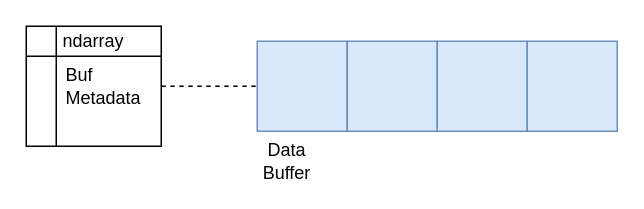
The draw.io diagram projects/numpy/NumPy-Array-Basic.drawio in enqueuezero/site, before the edit. Source tidied: cells renumbered, new cells numbered last; positions are measured from the earlier drawing's top-left corner, leaving out a move shared by most shapes. Both pictures are drawn from the tidied source at 150%, with x=0, y=0 at pixel (26, 26).
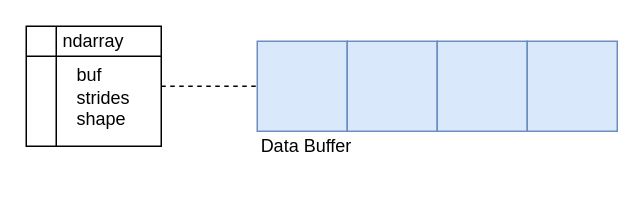
After the change.

Commit message (it also covers changes not shown here):
update numpy array assets to svg.

The edit, as a diff of the source:
```diff
@@
 <mxGraphModel>
   <root>
     <mxCell id="0" />
     <mxCell id="1" parent="0" />
     <mxCell id="2" style="rounded=0;whiteSpace=wrap;html=1;fillColor=#dae8fc;strokeColor=#6c8ebf;" parent="1" vertex="1">
       <mxGeometry x="154" y="10" width="60" height="60" as="geometry" />
     </mxCell>
     <mxCell id="3" style="rounded=0;whiteSpace=wrap;html=1;fillColor=#dae8fc;strokeColor=#6c8ebf;" parent="1" vertex="1">
       <mxGeometry x="214" y="10" width="60" height="60" as="geometry" />
     </mxCell>
     <mxCell id="4" style="rounded=0;whiteSpace=wrap;html=1;fillColor=#dae8fc;strokeColor=#6c8ebf;" parent="1" vertex="1">
       <mxGeometry x="274" y="10" width="60" height="60" as="geometry" />
     </mxCell>
     <mxCell id="5" style="rounded=0;whiteSpace=wrap;html=1;fillColor=#dae8fc;strokeColor=#6c8ebf;" parent="1" vertex="1">
       <mxGeometry x="334" y="10" width="60" height="60" as="geometry" />
     </mxCell>
     <mxCell id="6" value="Data Buffer" style="text;html=1;strokeColor=none;fillColor=none;align=center;verticalAlign=middle;whiteSpace=wrap;rounded=0;" parent="1" vertex="1">
-      <mxGeometry x="154" y="80" width="40" height="20" as="geometry" />
+      <mxGeometry x="154" y="70" width="66" height="20" as="geometry" />
     </mxCell>
-    <mxCell id="7" value="&lt;div style=&quot;text-align: left&quot;&gt;&lt;span&gt;&amp;nbsp; &amp;nbsp; Buf&lt;/span&gt;&lt;/div&gt;&lt;div style=&quot;text-align: left&quot;&gt;&lt;span&gt;&amp;nbsp; &amp;nbsp; Metadata&lt;/span&gt;&lt;/div&gt;" style="shape=internalStorage;whiteSpace=wrap;html=1;backgroundOutline=1;" parent="1" vertex="1">
+    <mxCell id="7" value="&lt;div style=&quot;text-align: left&quot;&gt;&lt;span&gt;&amp;nbsp; &lt;br&gt;&amp;nbsp; &amp;nbsp; buf&lt;/span&gt;&lt;/div&gt;&lt;div style=&quot;text-align: left&quot;&gt;&lt;span&gt;&amp;nbsp; &amp;nbsp; strides&lt;br&gt;&amp;nbsp; &amp;nbsp; shape&lt;/span&gt;&lt;/div&gt;" style="shape=internalStorage;whiteSpace=wrap;html=1;backgroundOutline=1;" parent="1" vertex="1">
       <mxGeometry width="90" height="80" as="geometry" />
     </mxCell>
     <mxCell id="8" style="endArrow=none;dashed=1;html=1;entryX=0;entryY=0.5;entryDx=0;entryDy=0;" parent="1" edge="1" source="7" target="2">
       <mxGeometry relative="1" as="geometry" />
     </mxCell>
     <mxCell id="9" value="ndarray" style="text;html=1;strokeColor=none;fillColor=none;align=center;verticalAlign=middle;whiteSpace=wrap;rounded=0;" parent="1" vertex="1">
       <mxGeometry x="25" width="40" height="20" as="geometry" />
     </mxCell>
   </root>
 </mxGraphModel>
```
